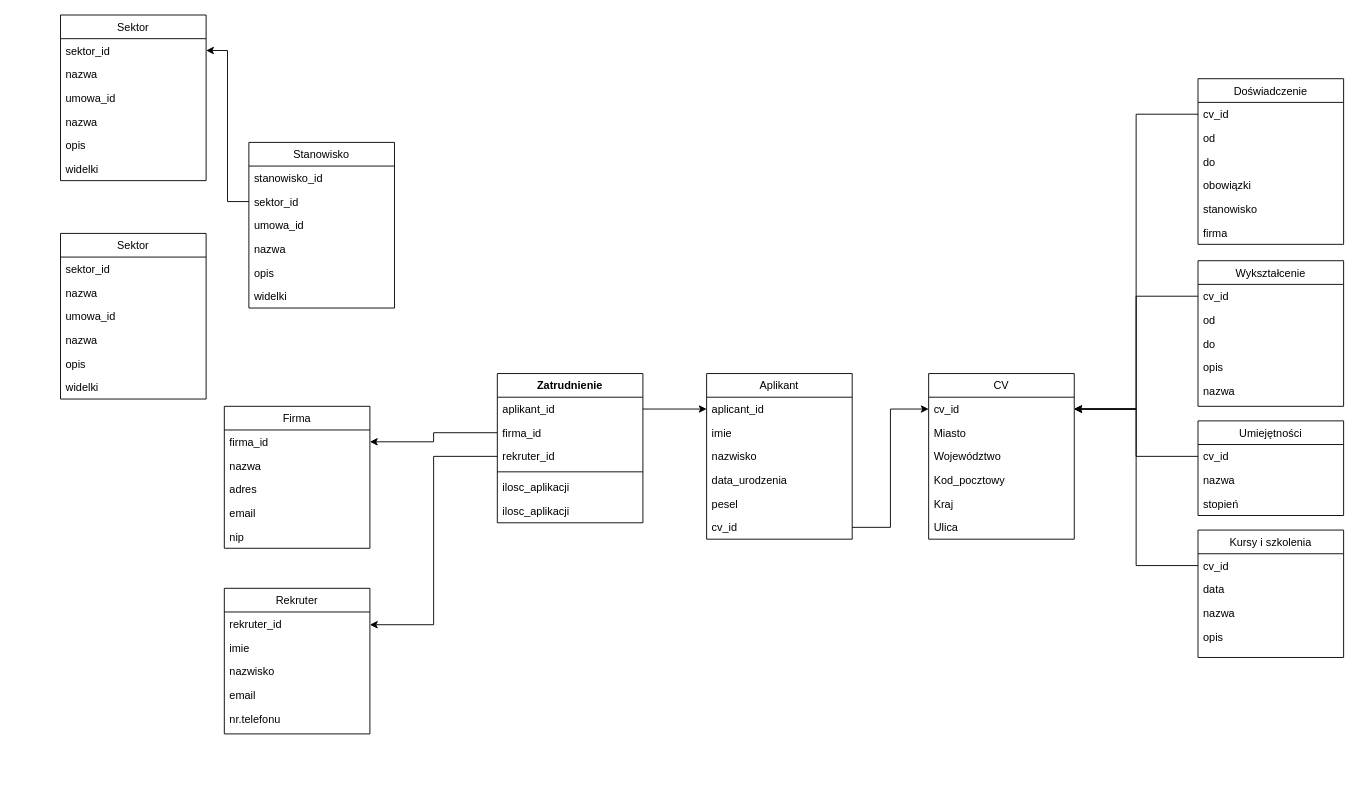
Above: Diagram bez tytułu.drawio in Paros998/ConverterJava (draw.io), before the change. Source tidied: cells renumbered, new cells numbered last; positions are measured from the earlier drawing's top-left corner, leaving out a move shared by most shapes. Both pictures are drawn from the tidied source at 91%, with x=0, y=0 at pixel (60, 15).
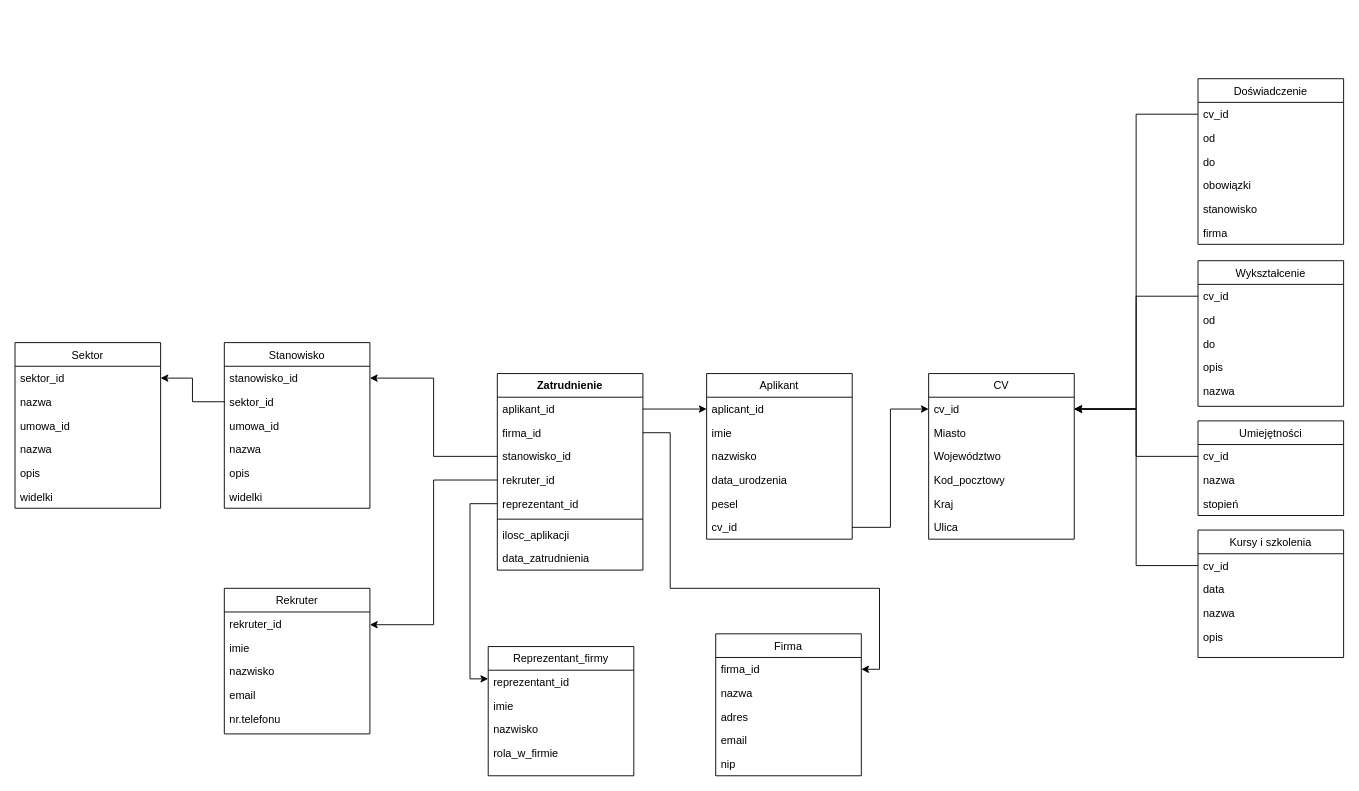
After the change.

The change refers to these unchanged cells:
```xml
<mxCell id="50" value="firma_id" style="text;align=left;verticalAlign=top;spacingLeft=4;spacingRight=4;overflow=hidden;points=[[0,0.5],[1,0.5]];portConstraint=eastwest;" parent="49" vertex="1">
  <mxGeometry y="26" width="160" height="26" as="geometry" />
</mxCell>
<mxCell id="60" value="firma_id" style="text;align=left;verticalAlign=top;spacingLeft=4;spacingRight=4;overflow=hidden;points=[[0,0.5],[1,0.5]];portConstraint=eastwest;rounded=0;shadow=0;html=0;" parent="58" vertex="1">
  <mxGeometry y="52" width="160" height="26" as="geometry" />
</mxCell>
<mxCell id="66" value="stanowisko_id" style="text;align=left;verticalAlign=top;spacingLeft=4;spacingRight=4;overflow=hidden;points=[[0,0.5],[1,0.5]];portConstraint=eastwest;" parent="65" vertex="1">
  <mxGeometry y="26" width="160" height="26" as="geometry" />
</mxCell>
```

Diff of the diagram source:
```diff
@@
     <mxCell id="49" value="Firma" style="swimlane;fontStyle=0;align=center;verticalAlign=top;horizontal=1;startSize=26;rounded=0;shadow=0;strokeWidth=1;" parent="1" vertex="1">
-      <mxGeometry x="180" y="430" width="160" height="156" as="geometry" />
+      <mxGeometry x="720" y="680" width="160" height="156" as="geometry" />
     </mxCell>
@@
-    <mxCell id="56" style="edgeStyle=orthogonalEdgeStyle;rounded=0;jettySize=auto;html=1;exitX=0;exitY=0.5;exitDx=0;exitDy=0;entryX=1;entryY=0.5;entryDx=0;entryDy=0;" parent="1" edge="1" source="60" target="50">
-      <mxGeometry relative="1" as="geometry" />
+    <mxCell id="56" style="edgeStyle=orthogonalEdgeStyle;rounded=0;jettySize=auto;html=1;exitX=1;exitY=0.5;exitDx=0;exitDy=0;entryX=1;entryY=0.5;entryDx=0;entryDy=0;" parent="1" edge="1" source="60" target="50">
+      <mxGeometry relative="1" as="geometry">
+        <Array as="points">
+          <mxPoint x="670" y="459" />
+          <mxPoint x="670" y="630" />
+          <mxPoint x="900" y="630" />
+          <mxPoint x="900" y="719" />
+        </Array>
+      </mxGeometry>
     </mxCell>
@@
     <mxCell id="58" value="Zatrudnienie" style="swimlane;fontStyle=1;align=center;verticalAlign=top;horizontal=1;startSize=26;strokeColor=default;strokeWidth=1;" parent="1" vertex="1">
-      <mxGeometry x="480" y="394" width="160" height="164" as="geometry" />
+      <mxGeometry x="480" y="394" width="160" height="216" as="geometry" />
     </mxCell>
@@
+    <mxCell id="87" value="stanowisko_id" style="text;align=left;verticalAlign=top;spacingLeft=4;spacingRight=4;overflow=hidden;points=[[0,0.5],[1,0.5]];portConstraint=eastwest;" parent="58" vertex="1">
+      <mxGeometry y="78" width="160" height="26" as="geometry" />
+    </mxCell>
     <mxCell id="61" value="rekruter_id" style="text;align=left;verticalAlign=top;spacingLeft=4;spacingRight=4;overflow=hidden;points=[[0,0.5],[1,0.5]];portConstraint=eastwest;rounded=0;shadow=0;html=0;" parent="58" vertex="1">
-      <mxGeometry y="78" width="160" height="26" as="geometry" />
+      <mxGeometry y="104" width="160" height="26" as="geometry" />
     </mxCell>
+    <mxCell id="88" value="reprezentant_id" style="text;align=left;verticalAlign=top;spacingLeft=4;spacingRight=4;overflow=hidden;points=[[0,0.5],[1,0.5]];portConstraint=eastwest;" parent="58" vertex="1">
+      <mxGeometry y="130" width="160" height="26" as="geometry" />
+    </mxCell>
     <mxCell id="62" style="line;strokeWidth=1;fillColor=none;align=left;verticalAlign=middle;spacingTop=-1;spacingLeft=3;spacingRight=3;labelPosition=right;strokeColor=inherit;" parent="58" vertex="1">
-      <mxGeometry y="104" width="160" height="8" as="geometry" />
+      <mxGeometry y="156" width="160" height="8" as="geometry" />
     </mxCell>
     <mxCell id="63" value="ilosc_aplikacji" style="text;align=left;verticalAlign=top;spacingLeft=4;spacingRight=4;overflow=hidden;rounded=0;shadow=0;html=0;" parent="58" vertex="1">
-      <mxGeometry y="112" width="160" height="26" as="geometry" />
+      <mxGeometry y="164" width="160" height="26" as="geometry" />
     </mxCell>
-    <mxCell id="64" value="ilosc_aplikacji" style="text;align=left;verticalAlign=top;spacingLeft=4;spacingRight=4;overflow=hidden;rounded=0;shadow=0;html=0;" parent="58" vertex="1">
-      <mxGeometry y="138" width="160" height="26" as="geometry" />
+    <mxCell id="64" value="data_zatrudnienia" style="text;align=left;verticalAlign=top;spacingLeft=4;spacingRight=4;overflow=hidden;rounded=0;shadow=0;html=0;" parent="58" vertex="1">
+      <mxGeometry y="190" width="160" height="26" as="geometry" />
     </mxCell>
     <mxCell id="65" value="Stanowisko" style="swimlane;fontStyle=0;align=center;verticalAlign=top;horizontal=1;startSize=26;rounded=0;shadow=0;strokeWidth=1;" parent="1" vertex="1">
-      <mxGeometry x="207" y="140" width="160" height="182" as="geometry" />
+      <mxGeometry x="180" y="360" width="160" height="182" as="geometry" />
     </mxCell>
@@
     <mxCell id="72" value="Sektor" style="swimlane;fontStyle=0;align=center;verticalAlign=top;horizontal=1;startSize=26;rounded=0;shadow=0;strokeWidth=1;" parent="1" vertex="1">
-      <mxGeometry width="160" height="182" as="geometry" />
+      <mxGeometry x="-50" y="360" width="160" height="182" as="geometry" />
     </mxCell>
@@
-    <mxCell id="79" value="Sektor" style="swimlane;fontStyle=0;align=center;verticalAlign=top;horizontal=1;startSize=26;rounded=0;shadow=0;strokeWidth=1;" parent="1" vertex="1">
-      <mxGeometry y="240" width="160" height="182" as="geometry" />
+    <mxCell id="79" value="Reprezentant_firmy" style="swimlane;fontStyle=0;align=center;verticalAlign=top;horizontal=1;startSize=26;rounded=0;shadow=0;strokeWidth=1;" parent="1" vertex="1">
+      <mxGeometry x="470" y="694" width="160" height="142" as="geometry" />
     </mxCell>
-    <mxCell id="80" value="sektor_id" style="text;align=left;verticalAlign=top;spacingLeft=4;spacingRight=4;overflow=hidden;" parent="79" vertex="1">
+    <mxCell id="80" value="reprezentant_id" style="text;align=left;verticalAlign=top;spacingLeft=4;spacingRight=4;overflow=hidden;" parent="79" vertex="1">
       <mxGeometry y="26" width="160" height="26" as="geometry" />
     </mxCell>
-    <mxCell id="81" value="nazwa" style="text;align=left;verticalAlign=top;spacingLeft=4;spacingRight=4;overflow=hidden;rounded=0;shadow=0;html=0;" parent="79" vertex="1">
+    <mxCell id="81" value="imie" style="text;align=left;verticalAlign=top;spacingLeft=4;spacingRight=4;overflow=hidden;rounded=0;shadow=0;html=0;" parent="79" vertex="1">
       <mxGeometry y="52" width="160" height="26" as="geometry" />
     </mxCell>
-    <mxCell id="82" value="umowa_id" style="text;align=left;verticalAlign=top;spacingLeft=4;spacingRight=4;overflow=hidden;rounded=0;shadow=0;html=0;" parent="79" vertex="1">
+    <mxCell id="82" value="nazwisko" style="text;align=left;verticalAlign=top;spacingLeft=4;spacingRight=4;overflow=hidden;rounded=0;shadow=0;html=0;" parent="79" vertex="1">
       <mxGeometry y="78" width="160" height="26" as="geometry" />
     </mxCell>
-    <mxCell id="83" value="nazwa" style="text;align=left;verticalAlign=top;spacingLeft=4;spacingRight=4;overflow=hidden;rounded=0;shadow=0;html=0;" parent="79" vertex="1">
+    <mxCell id="83" value="rola_w_firmie" style="text;align=left;verticalAlign=top;spacingLeft=4;spacingRight=4;overflow=hidden;rounded=0;shadow=0;html=0;" parent="79" vertex="1">
       <mxGeometry y="104" width="160" height="26" as="geometry" />
     </mxCell>
-    <mxCell id="84" value="opis" style="text;align=left;verticalAlign=top;spacingLeft=4;spacingRight=4;overflow=hidden;rounded=0;shadow=0;html=0;" parent="79" vertex="1">
-      <mxGeometry y="130" width="160" height="26" as="geometry" />
-    </mxCell>
-    <mxCell id="85" value="widelki" style="text;align=left;verticalAlign=top;spacingLeft=4;spacingRight=4;overflow=hidden;rounded=0;shadow=0;html=0;" parent="79" vertex="1">
-      <mxGeometry y="156" width="160" height="26" as="geometry" />
-    </mxCell>
@@
+    <mxCell id="89" style="edgeStyle=orthogonalEdgeStyle;rounded=0;jettySize=auto;html=1;exitX=0;exitY=0.5;exitDx=0;exitDy=0;entryX=1;entryY=0.5;entryDx=0;entryDy=0;" parent="1" edge="1" source="87" target="66">
+      <mxGeometry relative="1" as="geometry" />
+    </mxCell>
+    <mxCell id="90" style="edgeStyle=orthogonalEdgeStyle;rounded=0;jettySize=auto;html=1;exitX=0;exitY=0.5;exitDx=0;exitDy=0;entryX=0;entryY=0.25;entryDx=0;entryDy=0;" parent="1" edge="1" source="88" target="79">
+      <mxGeometry relative="1" as="geometry" />
+    </mxCell>
```
